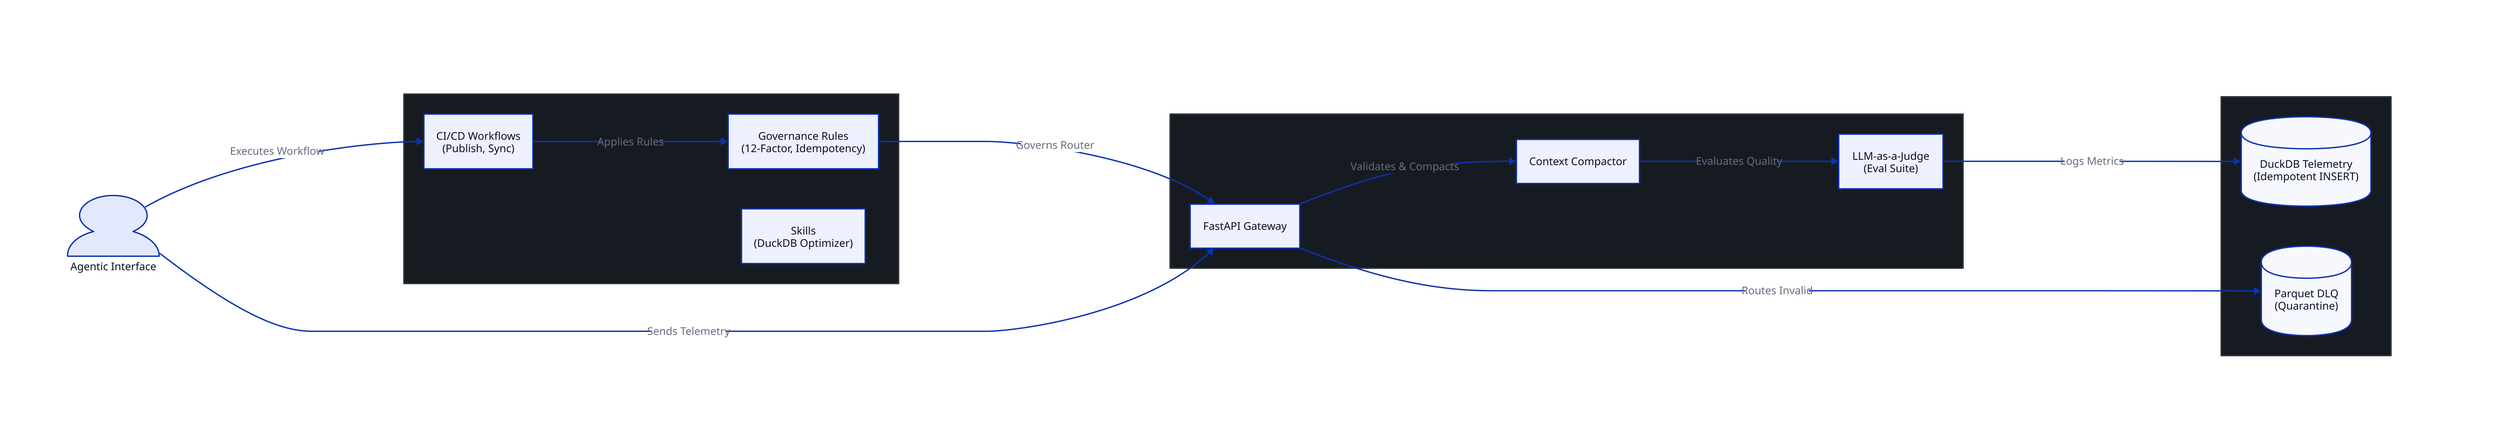
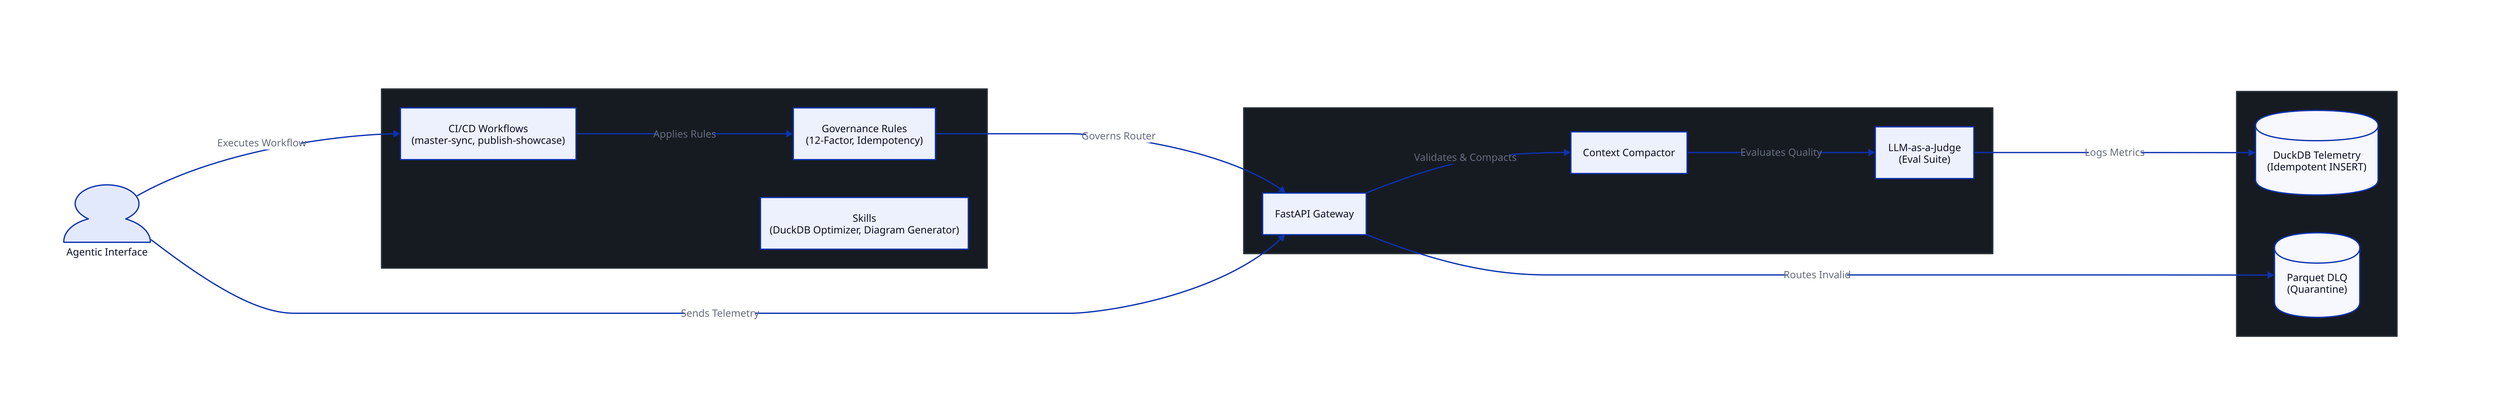
direction: right
classes: {
  dark: {
    style: {
      fill: "#0D1117"
      stroke: "#0D1117"
      font-color: "#FFFFFF"
      font-size: 24
    }
  }
  cluster: {
    style: {
      fill: "#161B22"
      stroke: "#30363D"
      font-color: "#FFFFFF"
    }
  }
}

user: "Agentic Interface" {
  shape: person
}

"Control Plane (.agents/)": {
  class: cluster
  rules: "Governance Rules\n(12-Factor, Idempotency)"
-   workflows: "CI/CD Workflows\n(Publish, Sync)"
-   skills: "Skills\n(DuckDB Optimizer)"
+   workflows: "CI/CD Workflows\n(master-sync, publish-showcase)"
+   skills: "Skills\n(DuckDB Optimizer, Diagram Generator)"
}

"Application (src/)": {
  class: cluster
  router: "FastAPI Gateway"
  compactor: "Context Compactor"
  judge: "LLM-as-a-Judge\n(Eval Suite)"
}

"Data Plane (.antigravity/ & data/)": {
  class: cluster
  duckdb: "DuckDB Telemetry\n(Idempotent INSERT)" {
    shape: cylinder
  }
  dlq: "Parquet DLQ\n(Quarantine)" {
    shape: cylinder
  }
}

user -> "Control Plane (.agents/)".workflows: "Executes Workflow"
"Control Plane (.agents/)".workflows -> "Control Plane (.agents/)".rules: "Applies Rules"
"Control Plane (.agents/)".rules -> "Application (src/)".router: "Governs Router"

user -> "Application (src/)".router: "Sends Telemetry"
"Application (src/)".router -> "Application (src/)".compactor: "Validates & Compacts"
"Application (src/)".compactor -> "Application (src/)".judge: "Evaluates Quality"

"Application (src/)".judge -> "Data Plane (.antigravity/ & data/)".duckdb: "Logs Metrics"
"Application (src/)".router -> "Data Plane (.antigravity/ & data/)".dlq: "Routes Invalid"
